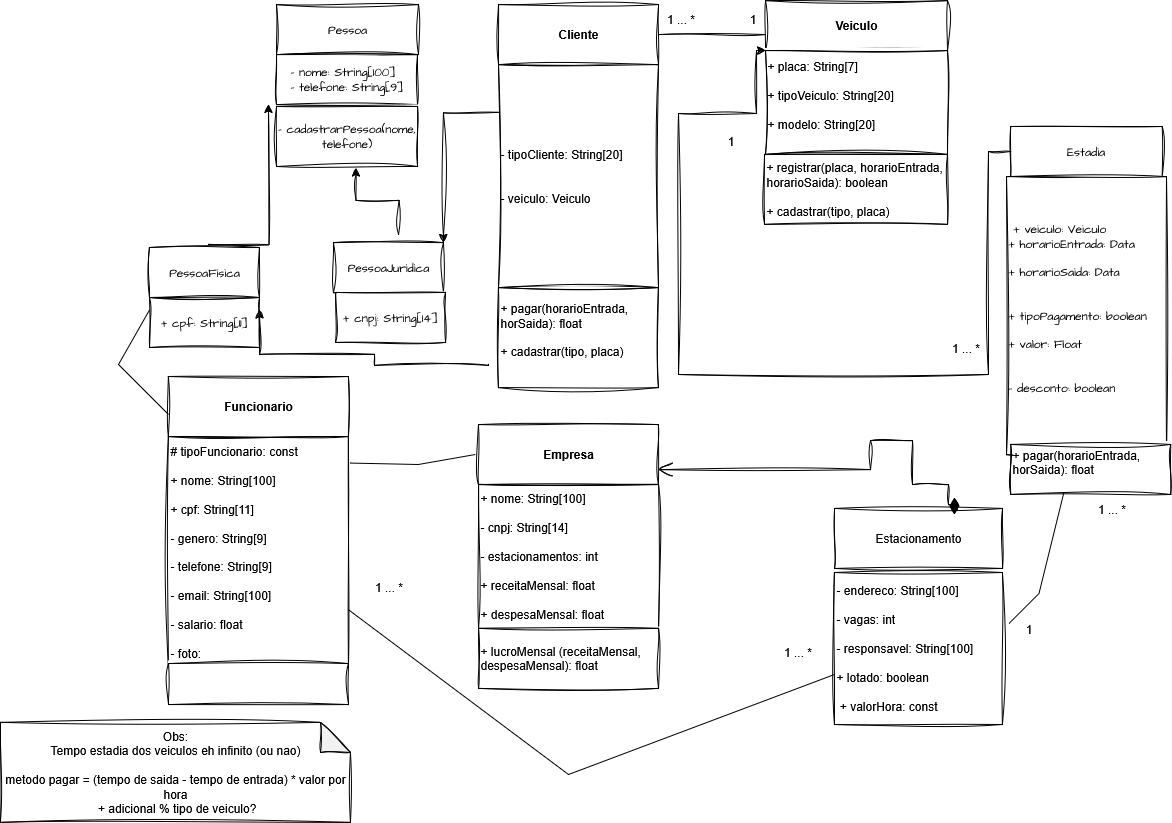
Before: Diagrama de classes v2.png, a diagram exported from draw.io (hac00/2025_2_CPPR101_Henrique). Source tidied: cells renumbered, new cells last; positions are measured from the earlier drawing's top-left corner, leaving out a move shared by most shapes.
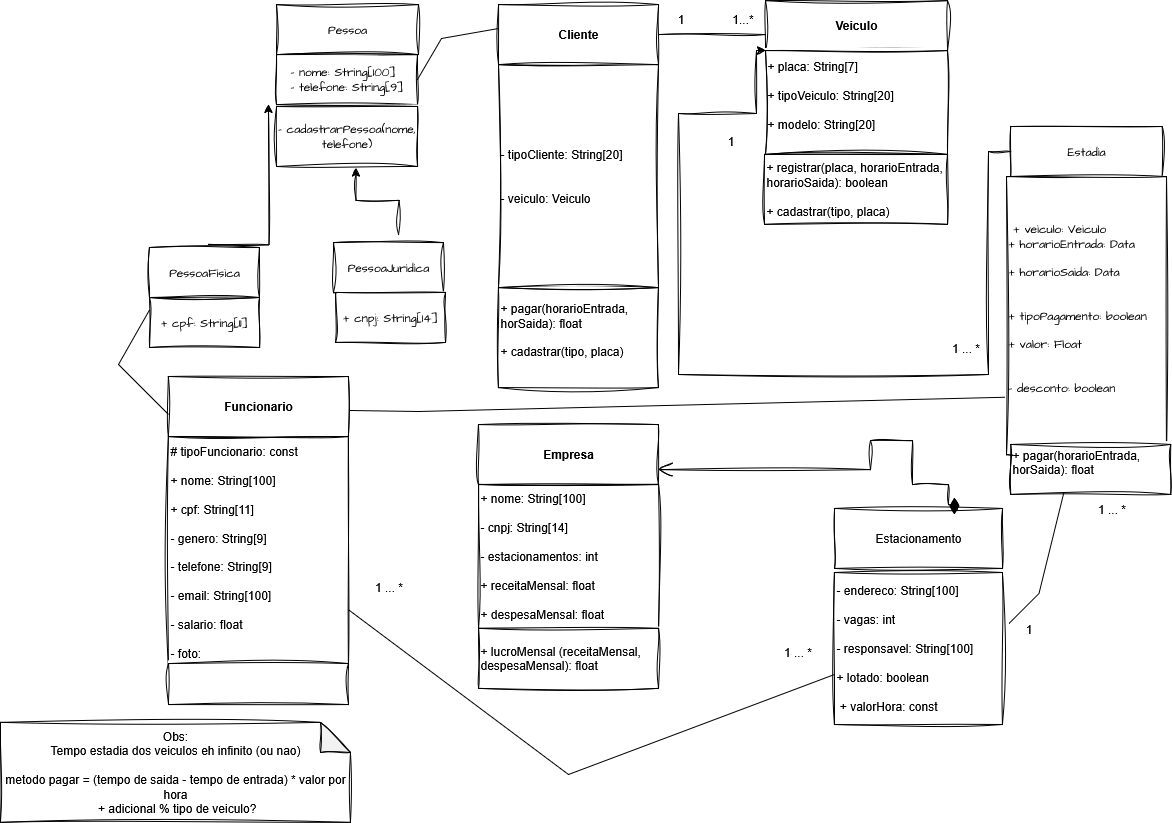
The same file after the commit.

Commit message:
diagrama de classes v2

Change to the diagram source:
```diff
@@ -41,11 +41,11 @@
     <mxCell id="14" style="line;strokeWidth=1;fillColor=none;align=left;verticalAlign=middle;spacingTop=-1;spacingLeft=3;spacingRight=3;labelPosition=right;labelBackgroundColor=none;rounded=0;sketch=1;curveFitting=1;jiggle=2;" parent="1" vertex="1">
       <mxGeometry x="658" y="30" width="107" height="8" as="geometry" />
     </mxCell>
-    <mxCell id="15" value="1 ... *" style="text;html=1;align=center;verticalAlign=middle;whiteSpace=wrap;rounded=0;labelBackgroundColor=none;sketch=1;curveFitting=1;jiggle=2;" parent="1" vertex="1">
+    <mxCell id="15" value="1" style="text;html=1;align=center;verticalAlign=middle;whiteSpace=wrap;rounded=0;labelBackgroundColor=none;sketch=1;curveFitting=1;jiggle=2;" parent="1" vertex="1">
       <mxGeometry x="658" y="4" width="45" height="30" as="geometry" />
     </mxCell>
-    <mxCell id="16" value="1" style="text;html=1;align=center;verticalAlign=middle;whiteSpace=wrap;rounded=0;labelBackgroundColor=none;sketch=1;curveFitting=1;jiggle=2;" parent="1" vertex="1">
-      <mxGeometry x="730" y="4" width="45" height="30" as="geometry" />
+    <mxCell id="16" value="1...*" style="text;html=1;align=center;verticalAlign=middle;whiteSpace=wrap;rounded=0;labelBackgroundColor=none;sketch=1;curveFitting=1;jiggle=2;" parent="1" vertex="1">
+      <mxGeometry x="720" y="4" width="45" height="30" as="geometry" />
     </mxCell>
     <mxCell id="17" value="1 ... *" style="text;html=1;align=center;verticalAlign=middle;whiteSpace=wrap;rounded=0;labelBackgroundColor=none;sketch=1;curveFitting=1;jiggle=2;" parent="1" vertex="1">
       <mxGeometry x="775" y="637" width="45" height="30" as="geometry" />
@@ -164,29 +164,21 @@
     <mxCell id="42" value="&lt;div align=&quot;left&quot;&gt;+ pagar(horarioEntrada, horSaida): float&lt;/div&gt;&lt;div align=&quot;left&quot;&gt;&lt;br&gt;&lt;/div&gt;" style="rounded=0;whiteSpace=wrap;html=1;align=left;labelBackgroundColor=none;sketch=1;curveFitting=1;jiggle=2;" parent="1" vertex="1">
       <mxGeometry x="1010.2" y="444" width="160" height="50" as="geometry" />
     </mxCell>
-    <mxCell id="43" style="edgeStyle=orthogonalEdgeStyle;rounded=0;sketch=1;hachureGap=4;jiggle=2;curveFitting=1;jettySize=auto;html=1;entryX=1;entryY=0;entryDx=0;entryDy=0;fontFamily=Architects Daughter;fontSource=https%3A%2F%2Ffonts.googleapis.com%2Fcss%3Ffamily%3DArchitects%2BDaughter;" parent="1" edge="1" target="30">
-      <mxGeometry relative="1" as="geometry">
-        <mxPoint x="498" y="111.8" as="sourcePoint" />
-      </mxGeometry>
-    </mxCell>
-    <mxCell id="44" style="edgeStyle=orthogonalEdgeStyle;rounded=0;sketch=1;hachureGap=4;jiggle=2;curveFitting=1;jettySize=auto;html=1;fontFamily=Architects Daughter;fontSource=https%3A%2F%2Ffonts.googleapis.com%2Fcss%3Ffamily%3DArchitects%2BDaughter;entryX=1;entryY=0.25;entryDx=0;entryDy=0;" parent="1" edge="1" target="29">
-      <mxGeometry relative="1" as="geometry">
-        <mxPoint x="488" y="364" as="sourcePoint" />
-        <Array as="points">
-          <mxPoint x="488" y="365" />
-          <mxPoint x="374" y="365" />
-          <mxPoint x="374" y="354" />
-          <mxPoint x="259" y="354" />
-        </Array>
-      </mxGeometry>
-    </mxCell>
-    <mxCell id="45" style="endArrow=none;html=1;rounded=0;entryX=0.417;entryY=1;entryDx=0;entryDy=0;entryPerimeter=0;exitX=1.009;exitY=0.115;exitDx=0;exitDy=0;exitPerimeter=0;" parent="1" edge="1" source="6">
-      <mxGeometry relative="1" as="geometry">
-        <mxPoint x="475" y="454" as="targetPoint" />
-        <Array as="points">
-          <mxPoint x="418" y="464" />
-        </Array>
-      </mxGeometry>
-    </mxCell>
+    <mxCell id="46" style="endArrow=none;html=1;rounded=0;entryX=0.417;entryY=1;entryDx=0;entryDy=0;entryPerimeter=0;exitX=1;exitY=0.5;exitDx=0;exitDy=0;" parent="1" edge="1" source="27">
+      <mxGeometry relative="1" as="geometry">
+        <mxPoint x="498" y="28" as="targetPoint" />
+        <Array as="points">
+          <mxPoint x="441" y="38" />
+        </Array>
+      </mxGeometry>
+    </mxCell>
+    <mxCell id="47" style="endArrow=none;html=1;rounded=0;entryX=-0.008;entryY=0.794;entryDx=0;entryDy=0;entryPerimeter=0;exitX=1.009;exitY=0.115;exitDx=0;exitDy=0;exitPerimeter=0;" parent="1" edge="1" target="24">
+      <mxGeometry relative="1" as="geometry">
+        <mxPoint x="350" y="410" as="sourcePoint" />
+        <Array as="points">
+          <mxPoint x="418" y="411" />
+        </Array>
+      </mxGeometry>
+    </mxCell>
   </root>
 </mxGraphModel>
```
